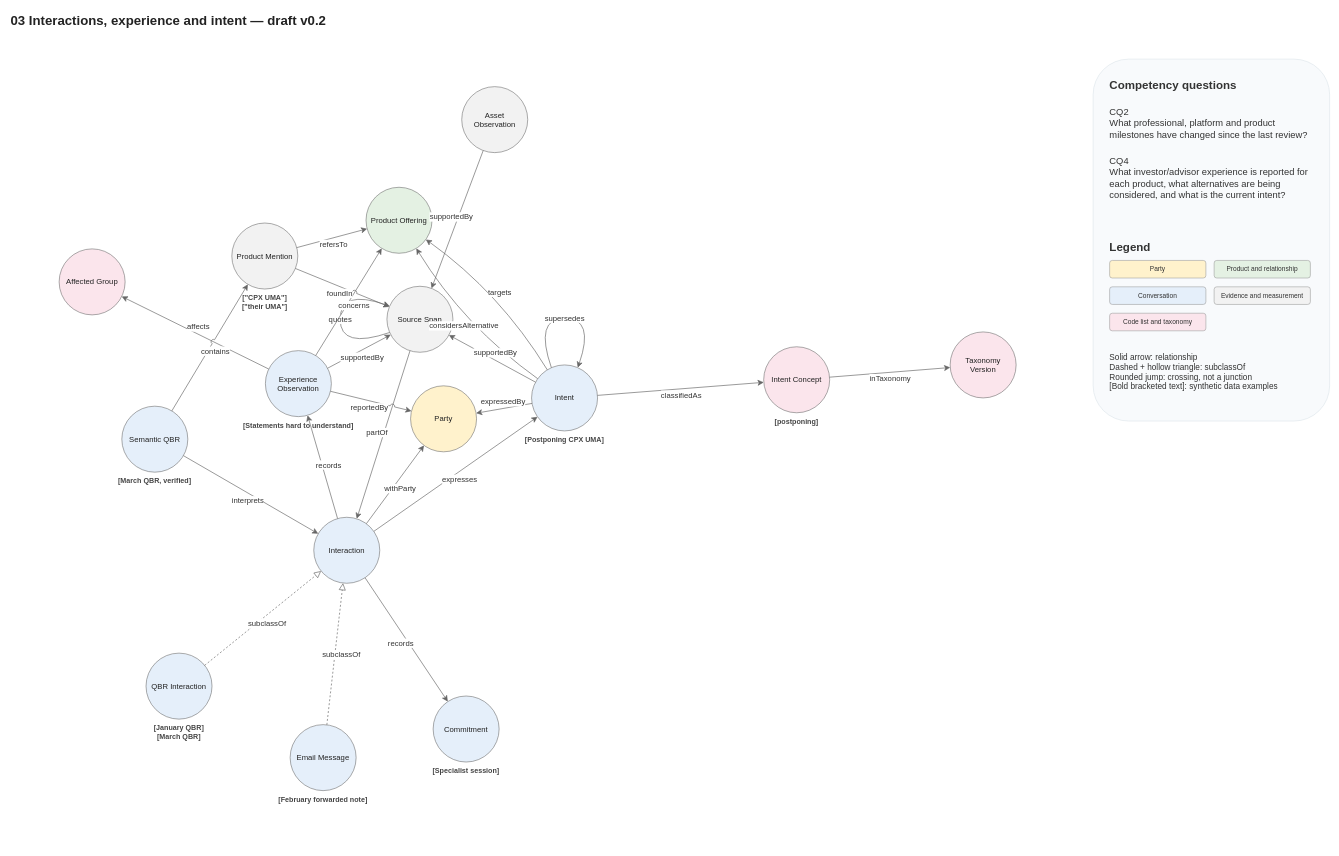
Earlier version of the draw.io diagram page "03 Interactions, experience and intent" (4 of 5) of solution/model/aai-model.drawio (ssfd7/advisor-account-intelligence). Source tidied: cells renumbered, new cells numbered last; positions are measured from the earlier drawing's top-left corner, leaving out a move shared by most shapes. Both pictures are drawn from the tidied source at 55%, with x=0, y=0 at pixel (9, 9).
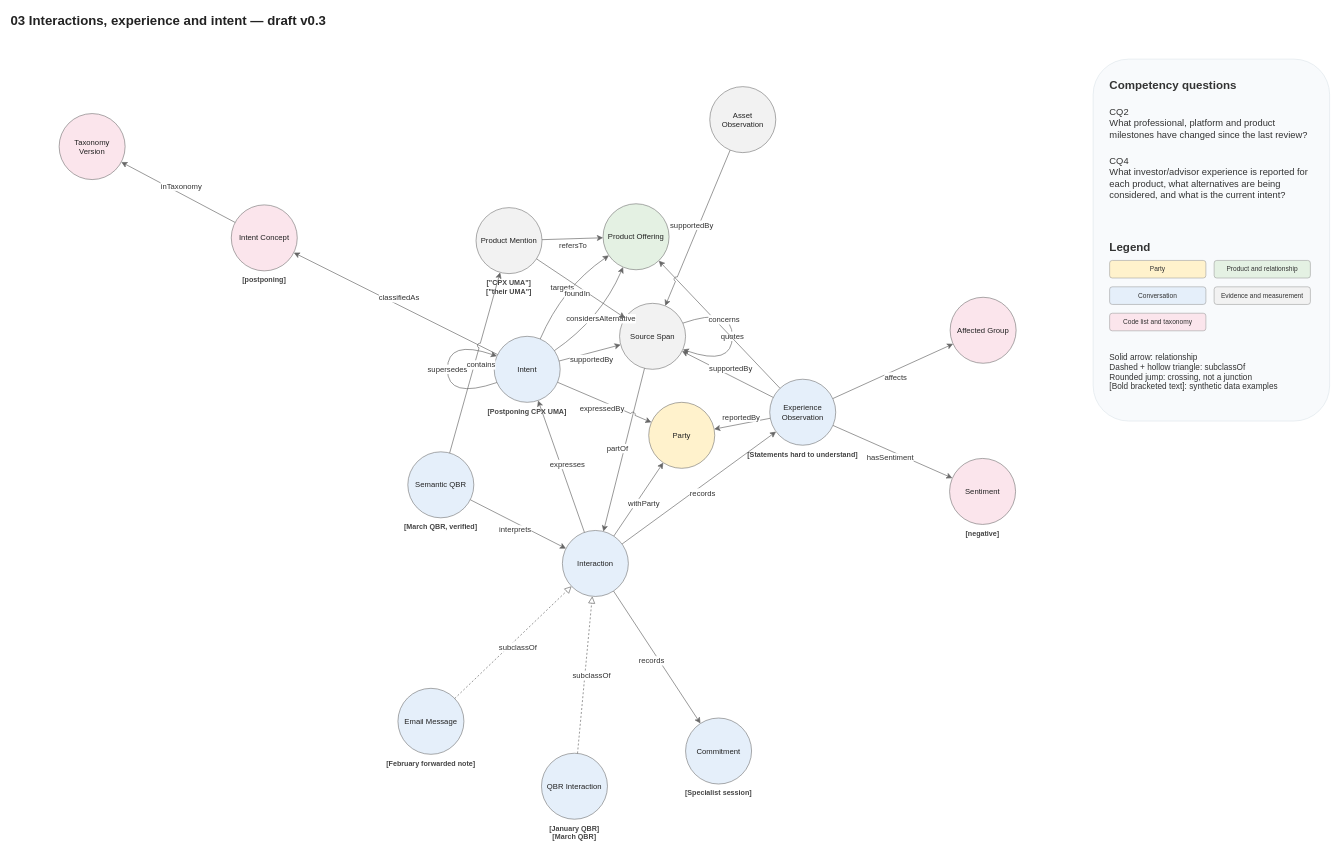
The same page after the edit.

The edit, as a diff of the source:
```diff
@@
-    <mxCell id="2" value="03 Interactions, experience and intent — draft v0.2" style="shape=label;fillColor=none;strokeColor=none;html=1;align=left;fontSize=24;fontStyle=1;fontColor=#222222;" parent="1" vertex="1">
+    <mxCell id="2" value="03 Interactions, experience and intent — draft v0.3" style="shape=label;fillColor=none;strokeColor=none;html=1;align=left;fontSize=24;fontStyle=1;fontColor=#222222;" parent="1" vertex="1">
       <mxGeometry width="1700" height="40" as="geometry" />
     </mxCell>
     <mxCell id="3" value="Party" style="shape=ellipse;perimeter=ellipsePerimeter;whiteSpace=wrap;html=0;fillColor=#FFF2CC;strokeColor=#666666;strokeWidth=1;fontSize=14;fontColor=#222222;spacing=8;" parent="1" vertex="1">
-      <mxGeometry x="729" y="684" width="120" height="120" as="geometry" />
+      <mxGeometry x="1162" y="714" width="120" height="120" as="geometry" />
     </mxCell>
     <mxCell id="4" value="Product Offering" style="shape=ellipse;perimeter=ellipsePerimeter;whiteSpace=wrap;html=0;fillColor=#E4F1E3;strokeColor=#666666;strokeWidth=1;fontSize=14;fontColor=#222222;spacing=8;" parent="1" vertex="1">
-      <mxGeometry x="648" y="323" width="120" height="120" as="geometry" />
+      <mxGeometry x="1079" y="353" width="120" height="120" as="geometry" />
     </mxCell>
     <mxCell id="5" value="Asset Observation" style="shape=ellipse;perimeter=ellipsePerimeter;whiteSpace=wrap;html=0;fillColor=#F2F2F2;strokeColor=#666666;strokeWidth=1;fontSize=14;fontColor=#222222;spacing=8;" parent="1" vertex="1">
-      <mxGeometry x="822" y="140" width="120" height="120" as="geometry" />
+      <mxGeometry x="1273" y="140" width="120" height="120" as="geometry" />
     </mxCell>
     <mxCell id="6" value="Interaction" style="shape=ellipse;perimeter=ellipsePerimeter;whiteSpace=wrap;html=0;fillColor=#E5EFFA;strokeColor=#666666;strokeWidth=1;fontSize=14;fontColor=#222222;spacing=8;" parent="1" vertex="1">
-      <mxGeometry x="553" y="923" width="120" height="120" as="geometry" />
+      <mxGeometry x="1005" y="947" width="120" height="120" as="geometry" />
     </mxCell>
     <mxCell id="7" value="QBR Interaction" style="shape=ellipse;perimeter=ellipsePerimeter;whiteSpace=wrap;html=0;fillColor=#E5EFFA;strokeColor=#666666;strokeWidth=1;fontSize=14;fontColor=#222222;spacing=8;" parent="1" vertex="1">
-      <mxGeometry x="248" y="1170" width="120" height="120" as="geometry" />
+      <mxGeometry x="967" y="1352" width="120" height="120" as="geometry" />
     </mxCell>
     <mxCell id="8" value="[January QBR]&#10;[March QBR]" style="shape=label;html=0;whiteSpace=wrap;fillColor=none;strokeColor=none;fontSize=13;fontStyle=1;fontColor=#444444;align=center;verticalAlign=top;spacing=0;" parent="1" vertex="1">
-      <mxGeometry x="208" y="1294" width="200" height="46" as="geometry" />
+      <mxGeometry x="927" y="1476" width="200" height="46" as="geometry" />
     </mxCell>
     <mxCell id="9" value="Email Message" style="shape=ellipse;perimeter=ellipsePerimeter;whiteSpace=wrap;html=0;fillColor=#E5EFFA;strokeColor=#666666;strokeWidth=1;fontSize=14;fontColor=#222222;spacing=8;" parent="1" vertex="1">
-      <mxGeometry x="510" y="1300" width="120" height="120" as="geometry" />
+      <mxGeometry x="706" y="1234" width="120" height="120" as="geometry" />
     </mxCell>
     <mxCell id="10" value="[February forwarded note]" style="shape=label;html=0;whiteSpace=wrap;fillColor=none;strokeColor=none;fontSize=13;fontStyle=1;fontColor=#444444;align=center;verticalAlign=top;spacing=0;" parent="1" vertex="1">
-      <mxGeometry x="470" y="1424" width="200" height="26" as="geometry" />
+      <mxGeometry x="666" y="1358" width="200" height="26" as="geometry" />
     </mxCell>
     <mxCell id="11" value="Source Span" style="shape=ellipse;perimeter=ellipsePerimeter;whiteSpace=wrap;html=0;fillColor=#F2F2F2;strokeColor=#666666;strokeWidth=1;fontSize=14;fontColor=#222222;spacing=8;" parent="1" vertex="1">
-      <mxGeometry x="686" y="503" width="120" height="120" as="geometry" />
+      <mxGeometry x="1109" y="534" width="120" height="120" as="geometry" />
     </mxCell>
     <mxCell id="12" value="Experience Observation" style="shape=ellipse;perimeter=ellipsePerimeter;whiteSpace=wrap;html=0;fillColor=#E5EFFA;strokeColor=#666666;strokeWidth=1;fontSize=14;fontColor=#222222;spacing=8;" parent="1" vertex="1">
-      <mxGeometry x="465" y="620" width="120" height="120" as="geometry" />
+      <mxGeometry x="1382" y="672" width="120" height="120" as="geometry" />
     </mxCell>
     <mxCell id="13" value="[Statements hard to understand]" style="shape=label;html=0;whiteSpace=wrap;fillColor=none;strokeColor=none;fontSize=13;fontStyle=1;fontColor=#444444;align=center;verticalAlign=top;spacing=0;" parent="1" vertex="1">
-      <mxGeometry x="425" y="744" width="200" height="26" as="geometry" />
+      <mxGeometry x="1342" y="796" width="200" height="26" as="geometry" />
     </mxCell>
     <mxCell id="14" value="Affected Group" style="shape=ellipse;perimeter=ellipsePerimeter;whiteSpace=wrap;html=0;fillColor=#FBE5EC;strokeColor=#666666;strokeWidth=1;fontSize=14;fontColor=#222222;spacing=8;" parent="1" vertex="1">
-      <mxGeometry x="90" y="435" width="120" height="120" as="geometry" />
+      <mxGeometry x="1710" y="523" width="120" height="120" as="geometry" />
     </mxCell>
     <mxCell id="15" value="Intent" style="shape=ellipse;perimeter=ellipsePerimeter;whiteSpace=wrap;html=0;fillColor=#E5EFFA;strokeColor=#666666;strokeWidth=1;fontSize=14;fontColor=#222222;spacing=8;" parent="1" vertex="1">
-      <mxGeometry x="949" y="646" width="120" height="120" as="geometry" />
+      <mxGeometry x="881" y="594" width="120" height="120" as="geometry" />
     </mxCell>
     <mxCell id="16" value="[Postponing CPX UMA]" style="shape=label;html=0;whiteSpace=wrap;fillColor=none;strokeColor=none;fontSize=13;fontStyle=1;fontColor=#444444;align=center;verticalAlign=top;spacing=0;" parent="1" vertex="1">
-      <mxGeometry x="909" y="770" width="200" height="26" as="geometry" />
+      <mxGeometry x="841" y="718" width="200" height="26" as="geometry" />
     </mxCell>
+    <mxCell id="61" value="Sentiment" style="shape=ellipse;perimeter=ellipsePerimeter;whiteSpace=wrap;html=0;fillColor=#FBE5EC;strokeColor=#666666;strokeWidth=1;fontSize=14;fontColor=#222222;spacing=8;" parent="1" vertex="1">
+      <mxGeometry x="1709" y="816" width="120" height="120" as="geometry" />
+    </mxCell>
+    <mxCell id="62" value="[negative]" style="shape=label;html=0;whiteSpace=wrap;fillColor=none;strokeColor=none;fontSize=13;fontStyle=1;fontColor=#444444;align=center;verticalAlign=top;spacing=0;" parent="1" vertex="1">
+      <mxGeometry x="1669" y="940" width="200" height="26" as="geometry" />
+    </mxCell>
     <mxCell id="17" value="Intent Concept" style="shape=ellipse;perimeter=ellipsePerimeter;whiteSpace=wrap;html=0;fillColor=#FBE5EC;strokeColor=#666666;strokeWidth=1;fontSize=14;fontColor=#222222;spacing=8;" parent="1" vertex="1">
-      <mxGeometry x="1371" y="613" width="120" height="120" as="geometry" />
+      <mxGeometry x="403" y="355" width="120" height="120" as="geometry" />
     </mxCell>
     <mxCell id="18" value="[postponing]" style="shape=label;html=0;whiteSpace=wrap;fillColor=none;strokeColor=none;fontSize=13;fontStyle=1;fontColor=#444444;align=center;verticalAlign=top;spacing=0;" parent="1" vertex="1">
-      <mxGeometry x="1331" y="737" width="200" height="26" as="geometry" />
+      <mxGeometry x="363" y="479" width="200" height="26" as="geometry" />
     </mxCell>
     <mxCell id="19" value="Taxonomy Version" style="shape=ellipse;perimeter=ellipsePerimeter;whiteSpace=wrap;html=0;fillColor=#FBE5EC;strokeColor=#666666;strokeWidth=1;fontSize=14;fontColor=#222222;spacing=8;" parent="1" vertex="1">
-      <mxGeometry x="1710" y="586" width="120" height="120" as="geometry" />
+      <mxGeometry x="90" y="189" width="120" height="120" as="geometry" />
     </mxCell>
     <mxCell id="20" value="Commitment" style="shape=ellipse;perimeter=ellipsePerimeter;whiteSpace=wrap;html=0;fillColor=#E5EFFA;strokeColor=#666666;strokeWidth=1;fontSize=14;fontColor=#222222;spacing=8;" parent="1" vertex="1">
-      <mxGeometry x="770" y="1248" width="120" height="120" as="geometry" />
+      <mxGeometry x="1229" y="1288" width="120" height="120" as="geometry" />
     </mxCell>
     <mxCell id="21" value="[Specialist session]" style="shape=label;html=0;whiteSpace=wrap;fillColor=none;strokeColor=none;fontSize=13;fontStyle=1;fontColor=#444444;align=center;verticalAlign=top;spacing=0;" parent="1" vertex="1">
-      <mxGeometry x="730" y="1372" width="200" height="26" as="geometry" />
+      <mxGeometry x="1189" y="1412" width="200" height="26" as="geometry" />
     </mxCell>
     <mxCell id="22" value="Semantic QBR" style="shape=ellipse;perimeter=ellipsePerimeter;whiteSpace=wrap;html=0;fillColor=#E5EFFA;strokeColor=#666666;strokeWidth=1;fontSize=14;fontColor=#222222;spacing=8;" parent="1" vertex="1">
-      <mxGeometry x="204" y="721" width="120" height="120" as="geometry" />
+      <mxGeometry x="724" y="804" width="120" height="120" as="geometry" />
     </mxCell>
     <mxCell id="23" value="[March QBR, verified]" style="shape=label;html=0;whiteSpace=wrap;fillColor=none;strokeColor=none;fontSize=13;fontStyle=1;fontColor=#444444;align=center;verticalAlign=top;spacing=0;" parent="1" vertex="1">
-      <mxGeometry x="164" y="845" width="200" height="26" as="geometry" />
+      <mxGeometry x="684" y="928" width="200" height="26" as="geometry" />
     </mxCell>
     <mxCell id="24" value="Product Mention" style="shape=ellipse;perimeter=ellipsePerimeter;whiteSpace=wrap;html=0;fillColor=#F2F2F2;strokeColor=#666666;strokeWidth=1;fontSize=14;fontColor=#222222;spacing=8;" parent="1" vertex="1">
-      <mxGeometry x="404" y="388" width="120" height="120" as="geometry" />
+      <mxGeometry x="848" y="360" width="120" height="120" as="geometry" />
     </mxCell>
     <mxCell id="25" value="[&quot;CPX UMA&quot;]&#10;[&quot;their UMA&quot;]" style="shape=label;html=0;whiteSpace=wrap;fillColor=none;strokeColor=none;fontSize=13;fontStyle=1;fontColor=#444444;align=center;verticalAlign=top;spacing=0;" parent="1" vertex="1">
-      <mxGeometry x="364" y="512" width="200" height="46" as="geometry" />
+      <mxGeometry x="808" y="484" width="200" height="46" as="geometry" />
     </mxCell>
@@
-    <mxCell id="30" value="quotes" style="edgeStyle=none;html=1;rounded=0;strokeColor=#666666;strokeWidth=1.2;fontSize=14;fontColor=#333333;labelBackgroundColor=#FFFFFF;jumpStyle=arc;jumpSize=8;endArrow=classic;endSize=8;curved=1;exitX=0.04;exitY=0.7;entryX=0.04;entryY=0.3;exitDx=0;exitDy=0;entryDx=0;entryDy=0;" parent="1" edge="1" source="11" target="11">
+    <mxCell id="30" value="quotes" style="edgeStyle=none;html=1;rounded=0;strokeColor=#666666;strokeWidth=1.2;fontSize=14;fontColor=#333333;labelBackgroundColor=#FFFFFF;jumpStyle=arc;jumpSize=8;endArrow=classic;endSize=8;curved=1;exitX=0.96;exitY=0.3;entryX=0.96;entryY=0.7;exitDx=0;exitDy=0;entryDx=0;entryDy=0;" parent="1" edge="1" source="11" target="11">
       <mxGeometry relative="1" as="geometry">
         <Array as="points">
-          <mxPoint x="601" y="618" />
-          <mxPoint x="601" y="508" />
+          <mxPoint x="1314" y="539" />
+          <mxPoint x="1314" y="649" />
         </Array>
       </mxGeometry>
     </mxCell>
@@
-    <mxCell id="38" value="expressedBy" style="edgeStyle=none;html=1;rounded=0;strokeColor=#666666;strokeWidth=1.2;fontSize=14;fontColor=#333333;labelBackgroundColor=#FFFFFF;jumpStyle=arc;jumpSize=8;endArrow=classic;endSize=8;curved=0;" parent="1" edge="1" source="15" target="3">
+    <mxCell id="38" value="hasSentiment" style="edgeStyle=none;html=1;rounded=0;strokeColor=#666666;strokeWidth=1.2;fontSize=14;fontColor=#333333;labelBackgroundColor=#FFFFFF;jumpStyle=arc;jumpSize=8;endArrow=classic;endSize=8;curved=0;" parent="1" edge="1" source="12" target="61">
       <mxGeometry y="-12" relative="1" as="geometry" />
     </mxCell>
-    <mxCell id="39" value="targets" style="edgeStyle=none;html=1;rounded=0;strokeColor=#666666;strokeWidth=1.2;fontSize=14;fontColor=#333333;labelBackgroundColor=#FFFFFF;jumpStyle=arc;jumpSize=8;endArrow=classic;endSize=8;curved=1;" parent="1" edge="1" source="15" target="4">
-      <mxGeometry relative="1" as="geometry">
-        <Array as="points">
-          <mxPoint x="891" y="514" />
-        </Array>
-      </mxGeometry>
+    <mxCell id="39" value="expressedBy" style="edgeStyle=none;html=1;rounded=0;strokeColor=#666666;strokeWidth=1.2;fontSize=14;fontColor=#333333;labelBackgroundColor=#FFFFFF;jumpStyle=arc;jumpSize=8;endArrow=classic;endSize=8;curved=0;" parent="1" edge="1" source="15" target="3">
+      <mxGeometry y="-12" relative="1" as="geometry" />
     </mxCell>
-    <mxCell id="40" value="considersAlternative" style="edgeStyle=none;html=1;rounded=0;strokeColor=#666666;strokeWidth=1.2;fontSize=14;fontColor=#333333;labelBackgroundColor=#FFFFFF;jumpStyle=arc;jumpSize=8;endArrow=classic;endSize=8;curved=1;" parent="1" edge="1" source="15" target="4">
+    <mxCell id="40" value="targets" style="edgeStyle=none;html=1;rounded=0;strokeColor=#666666;strokeWidth=1.2;fontSize=14;fontColor=#333333;labelBackgroundColor=#FFFFFF;jumpStyle=arc;jumpSize=8;endArrow=classic;endSize=8;curved=1;" parent="1" edge="1" source="15" target="4">
       <mxGeometry relative="1" as="geometry">
         <Array as="points">
-          <mxPoint x="826" y="575" />
+          <mxPoint x="1005" y="505" />
         </Array>
       </mxGeometry>
     </mxCell>
-    <mxCell id="41" value="classifiedAs" style="edgeStyle=none;html=1;rounded=0;strokeColor=#666666;strokeWidth=1.2;fontSize=14;fontColor=#333333;labelBackgroundColor=#FFFFFF;jumpStyle=arc;jumpSize=8;endArrow=classic;endSize=8;curved=0;" parent="1" edge="1" source="15" target="17">
-      <mxGeometry y="-12" relative="1" as="geometry" />
+    <mxCell id="41" value="considersAlternative" style="edgeStyle=none;html=1;rounded=0;strokeColor=#666666;strokeWidth=1.2;fontSize=14;fontColor=#333333;labelBackgroundColor=#FFFFFF;jumpStyle=arc;jumpSize=8;endArrow=classic;endSize=8;curved=1;" parent="1" edge="1" source="15" target="4">
+      <mxGeometry relative="1" as="geometry">
+        <Array as="points">
+          <mxPoint x="1075" y="562" />
+        </Array>
+      </mxGeometry>
     </mxCell>
-    <mxCell id="42" value="inTaxonomy" style="edgeStyle=none;html=1;rounded=0;strokeColor=#666666;strokeWidth=1.2;fontSize=14;fontColor=#333333;labelBackgroundColor=#FFFFFF;jumpStyle=arc;jumpSize=8;endArrow=classic;endSize=8;curved=0;" parent="1" edge="1" source="17" target="19">
+    <mxCell id="42" value="classifiedAs" style="edgeStyle=none;html=1;rounded=0;strokeColor=#666666;strokeWidth=1.2;fontSize=14;fontColor=#333333;labelBackgroundColor=#FFFFFF;jumpStyle=arc;jumpSize=8;endArrow=classic;endSize=8;curved=0;" parent="1" edge="1" source="15" target="17">
       <mxGeometry y="-12" relative="1" as="geometry" />
     </mxCell>
-    <mxCell id="43" value="supportedBy" style="edgeStyle=none;html=1;rounded=0;strokeColor=#666666;strokeWidth=1.2;fontSize=14;fontColor=#333333;labelBackgroundColor=#FFFFFF;jumpStyle=arc;jumpSize=8;endArrow=classic;endSize=8;curved=0;" parent="1" edge="1" source="15" target="11">
+    <mxCell id="43" value="inTaxonomy" style="edgeStyle=none;html=1;rounded=0;strokeColor=#666666;strokeWidth=1.2;fontSize=14;fontColor=#333333;labelBackgroundColor=#FFFFFF;jumpStyle=arc;jumpSize=8;endArrow=classic;endSize=8;curved=0;" parent="1" edge="1" source="17" target="19">
       <mxGeometry y="-12" relative="1" as="geometry" />
     </mxCell>
-    <mxCell id="44" value="supersedes" style="edgeStyle=none;html=1;rounded=0;strokeColor=#666666;strokeWidth=1.2;fontSize=14;fontColor=#333333;labelBackgroundColor=#FFFFFF;jumpStyle=arc;jumpSize=8;endArrow=classic;endSize=8;curved=1;exitX=0.3;exitY=0.04;entryX=0.7;entryY=0.04;exitDx=0;exitDy=0;entryDx=0;entryDy=0;" parent="1" edge="1" source="15" target="15">
-      <mxGeometry relative="1" as="geometry">
-        <Array as="points">
-          <mxPoint x="954" y="561" />
-          <mxPoint x="1064" y="561" />
-        </Array>
-      </mxGeometry>
+    <mxCell id="44" value="supportedBy" style="edgeStyle=none;html=1;rounded=0;strokeColor=#666666;strokeWidth=1.2;fontSize=14;fontColor=#333333;labelBackgroundColor=#FFFFFF;jumpStyle=arc;jumpSize=8;endArrow=classic;endSize=8;curved=0;" parent="1" edge="1" source="15" target="11">
+      <mxGeometry y="-12" relative="1" as="geometry" />
     </mxCell>
-    <mxCell id="45" value="interprets" style="edgeStyle=none;html=1;rounded=0;strokeColor=#666666;strokeWidth=1.2;fontSize=14;fontColor=#333333;labelBackgroundColor=#FFFFFF;jumpStyle=arc;jumpSize=8;endArrow=classic;endSize=8;curved=0;" parent="1" edge="1" source="22" target="6">
-      <mxGeometry y="-12" relative="1" as="geometry" />
+    <mxCell id="45" value="supersedes" style="edgeStyle=none;html=1;rounded=0;strokeColor=#666666;strokeWidth=1.2;fontSize=14;fontColor=#333333;labelBackgroundColor=#FFFFFF;jumpStyle=arc;jumpSize=8;endArrow=classic;endSize=8;curved=1;exitX=0.04;exitY=0.7;entryX=0.04;entryY=0.3;exitDx=0;exitDy=0;entryDx=0;entryDy=0;" parent="1" edge="1" source="15" target="15">
+      <mxGeometry relative="1" as="geometry">
+        <Array as="points">
+          <mxPoint x="796" y="709" />
+          <mxPoint x="796" y="599" />
+        </Array>
+      </mxGeometry>
     </mxCell>
-    <mxCell id="46" value="contains" style="edgeStyle=none;html=1;rounded=0;strokeColor=#666666;strokeWidth=1.2;fontSize=14;fontColor=#333333;labelBackgroundColor=#FFFFFF;jumpStyle=arc;jumpSize=8;endArrow=classic;endSize=8;curved=0;" parent="1" edge="1" source="22" target="24">
+    <mxCell id="46" value="interprets" style="edgeStyle=none;html=1;rounded=0;strokeColor=#666666;strokeWidth=1.2;fontSize=14;fontColor=#333333;labelBackgroundColor=#FFFFFF;jumpStyle=arc;jumpSize=8;endArrow=classic;endSize=8;curved=0;" parent="1" edge="1" source="22" target="6">
       <mxGeometry y="-12" relative="1" as="geometry" />
     </mxCell>
-    <mxCell id="47" value="foundIn" style="edgeStyle=none;html=1;rounded=0;strokeColor=#666666;strokeWidth=1.2;fontSize=14;fontColor=#333333;labelBackgroundColor=#FFFFFF;jumpStyle=arc;jumpSize=8;endArrow=classic;endSize=8;curved=0;" parent="1" edge="1" source="24" target="11">
+    <mxCell id="47" value="contains" style="edgeStyle=none;html=1;rounded=0;strokeColor=#666666;strokeWidth=1.2;fontSize=14;fontColor=#333333;labelBackgroundColor=#FFFFFF;jumpStyle=arc;jumpSize=8;endArrow=classic;endSize=8;curved=0;" parent="1" edge="1" source="22" target="24">
       <mxGeometry y="-12" relative="1" as="geometry" />
     </mxCell>
-    <mxCell id="48" value="refersTo" style="edgeStyle=none;html=1;rounded=0;strokeColor=#666666;strokeWidth=1.2;fontSize=14;fontColor=#333333;labelBackgroundColor=#FFFFFF;jumpStyle=arc;jumpSize=8;endArrow=classic;endSize=8;curved=0;" parent="1" edge="1" source="24" target="4">
+    <mxCell id="48" value="foundIn" style="edgeStyle=none;html=1;rounded=0;strokeColor=#666666;strokeWidth=1.2;fontSize=14;fontColor=#333333;labelBackgroundColor=#FFFFFF;jumpStyle=arc;jumpSize=8;endArrow=classic;endSize=8;curved=0;" parent="1" edge="1" source="24" target="11">
       <mxGeometry y="-12" relative="1" as="geometry" />
     </mxCell>
-    <mxCell id="49" value="supportedBy" style="edgeStyle=none;html=1;rounded=0;strokeColor=#666666;strokeWidth=1.2;fontSize=14;fontColor=#333333;labelBackgroundColor=#FFFFFF;jumpStyle=arc;jumpSize=8;endArrow=classic;endSize=8;curved=0;" parent="1" edge="1" source="5" target="11">
+    <mxCell id="49" value="refersTo" style="edgeStyle=none;html=1;rounded=0;strokeColor=#666666;strokeWidth=1.2;fontSize=14;fontColor=#333333;labelBackgroundColor=#FFFFFF;jumpStyle=arc;jumpSize=8;endArrow=classic;endSize=8;curved=0;" parent="1" edge="1" source="24" target="4">
       <mxGeometry y="-12" relative="1" as="geometry" />
     </mxCell>
+    <mxCell id="63" value="supportedBy" style="edgeStyle=none;html=1;rounded=0;strokeColor=#666666;strokeWidth=1.2;fontSize=14;fontColor=#333333;labelBackgroundColor=#FFFFFF;jumpStyle=arc;jumpSize=8;endArrow=classic;endSize=8;curved=0;" parent="1" edge="1" source="5" target="11">
+      <mxGeometry y="-12" relative="1" as="geometry" />
+    </mxCell>
```
